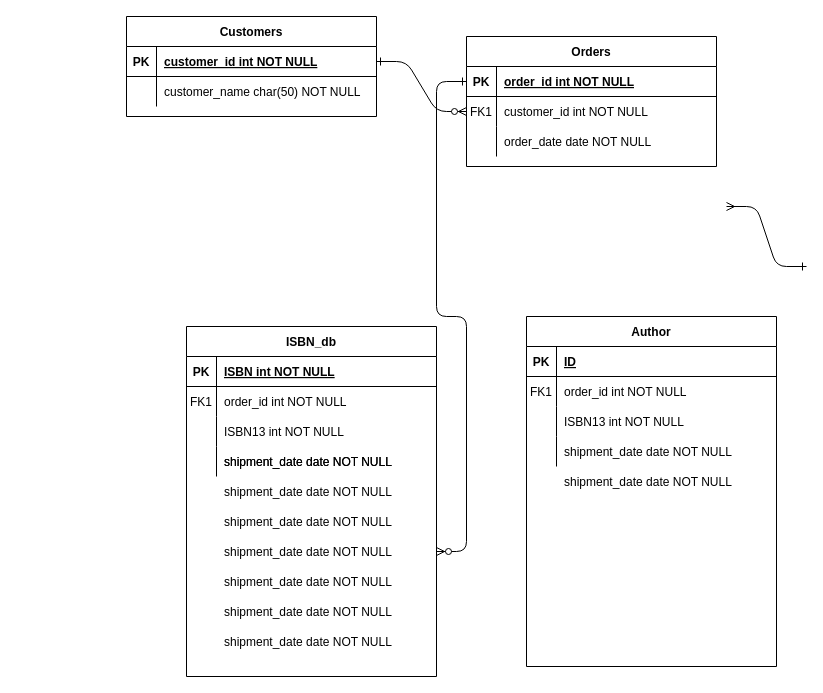
Earlier version of the draw.io diagram library.drawio (camelCaseGuy/databaseDesignDrawing). Source tidied: cells renumbered, new cells numbered last; positions are measured from the earlier drawing's top-left corner, leaving out a move shared by most shapes. Both pictures are drawn from the tidied source at 100%, with x=0, y=0 at pixel (126, 16).
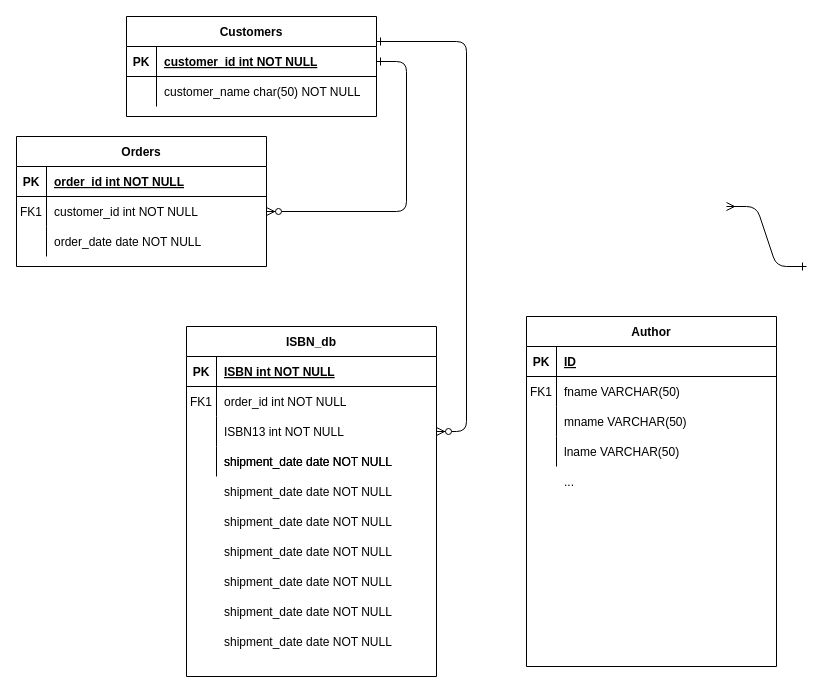
Above is the later version.

Commit message:
author isbn

Unchanged cells that the change refers to:
```xml
<mxCell id="5" style="shape=partialRectangle;fillColor=none;points=[[0,0.5],[1,0.5]];portConstraint=eastwest;top=0;left=0;right=0;bottom=1;" parent="4" vertex="1">
  <mxGeometry y="30" width="250" height="30" as="geometry" />
</mxCell>
<mxCell id="21" style="shape=partialRectangle;fillColor=none;points=[[0,0.5],[1,0.5]];portConstraint=eastwest;top=0;left=0;right=0;bottom=0;" parent="14" vertex="1">
  <mxGeometry y="90" width="250" height="30" as="geometry" />
</mxCell>
<mxCell id="27" value="Customers" style="shape=table;startSize=30;childLayout=tableLayout;rowLines=0;fontStyle=1;align=center;" parent="1" vertex="1">
  <mxGeometry width="250" height="100" as="geometry" />
</mxCell>
<mxCell id="43" style="shape=partialRectangle;fillColor=none;points=[[0,0.5],[1,0.5]];portConstraint=eastwest;top=0;left=0;right=0;bottom=0;" parent="1" vertex="1">
  <mxGeometry x="60" y="520" width="250" height="30" as="geometry" />
</mxCell>
<mxCell id="61" style="shape=partialRectangle;fillColor=none;top=0;left=0;right=0;bottom=0;" parent="57" vertex="1">
  <mxGeometry y="60" width="250" height="30" as="geometry" />
</mxCell>
<mxCell id="64" style="shape=partialRectangle;fillColor=none;top=0;left=0;right=0;bottom=0;" parent="57" vertex="1">
  <mxGeometry y="90" width="250" height="30" as="geometry" />
</mxCell>
<mxCell id="67" style="shape=partialRectangle;fillColor=none;top=0;left=0;right=0;bottom=0;" parent="57" vertex="1">
  <mxGeometry y="120" width="250" height="30" as="geometry" />
</mxCell>
<mxCell id="77" style="shape=partialRectangle;fillColor=none;top=0;left=0;right=0;bottom=0;" parent="56" vertex="1">
  <mxGeometry y="150" width="250" height="30" as="geometry" />
</mxCell>
```

The edit, as a diff of the source:
```diff
@@
-    <mxCell id="3" style="edgeStyle=entityRelationEdgeStyle;endArrow=ERzeroToMany;startArrow=ERone;endFill=1;startFill=0;" parent="1" edge="1" source="5" target="43">
+    <mxCell id="3" style="edgeStyle=entityRelationEdgeStyle;endArrow=ERzeroToMany;startArrow=ERone;endFill=1;startFill=0;exitX=1;exitY=0.25;exitDx=0;exitDy=0;" parent="1" edge="1" source="27" target="21">
       <mxGeometry relative="1" as="geometry" />
     </mxCell>
     <mxCell id="4" value="Orders" style="shape=table;startSize=30;childLayout=tableLayout;rowLines=0;fontStyle=1;align=center;" parent="1" vertex="1">
-      <mxGeometry x="340" y="20" width="250" height="130" as="geometry" />
+      <mxGeometry x="-110" y="120" width="250" height="130" as="geometry" />
     </mxCell>
@@
-    <mxCell id="63" value="order_id int NOT NULL" style="shape=partialRectangle;overflow=hidden;fillColor=none;top=0;left=0;bottom=0;right=0;align=left;spacingLeft=6;" parent="61" vertex="1">
+    <mxCell id="63" value="fname VARCHAR(50)" style="shape=partialRectangle;overflow=hidden;fillColor=none;top=0;left=0;bottom=0;right=0;align=left;spacingLeft=6;" parent="61" vertex="1">
       <mxGeometry x="30" width="220" height="30" as="geometry" />
     </mxCell>
@@
-    <mxCell id="66" value="ISBN13 int NOT NULL" style="shape=partialRectangle;overflow=hidden;fillColor=none;top=0;left=0;bottom=0;right=0;align=left;spacingLeft=6;" parent="64" vertex="1">
+    <mxCell id="66" value="mname VARCHAR(50)" style="shape=partialRectangle;overflow=hidden;fillColor=none;top=0;left=0;bottom=0;right=0;align=left;spacingLeft=6;" parent="64" vertex="1">
       <mxGeometry x="30" width="220" height="30" as="geometry" />
     </mxCell>
@@
-    <mxCell id="69" value="shipment_date date NOT NULL" style="shape=partialRectangle;overflow=hidden;fillColor=none;top=0;left=0;bottom=0;right=0;align=left;spacingLeft=6;" parent="67" vertex="1">
+    <mxCell id="69" value="lname VARCHAR(50)" style="shape=partialRectangle;overflow=hidden;fillColor=none;top=0;left=0;bottom=0;right=0;align=left;spacingLeft=6;" parent="67" vertex="1">
       <mxGeometry x="30" width="220" height="30" as="geometry" />
     </mxCell>
@@
-    <mxCell id="79" value="shipment_date date NOT NULL" style="shape=partialRectangle;overflow=hidden;fillColor=none;top=0;left=0;bottom=0;right=0;align=left;spacingLeft=6;" parent="77" vertex="1">
+    <mxCell id="79" value="..." style="shape=partialRectangle;overflow=hidden;fillColor=none;top=0;left=0;bottom=0;right=0;align=left;spacingLeft=6;" parent="77" vertex="1">
       <mxGeometry x="30" width="220" height="30" as="geometry" />
     </mxCell>
```
